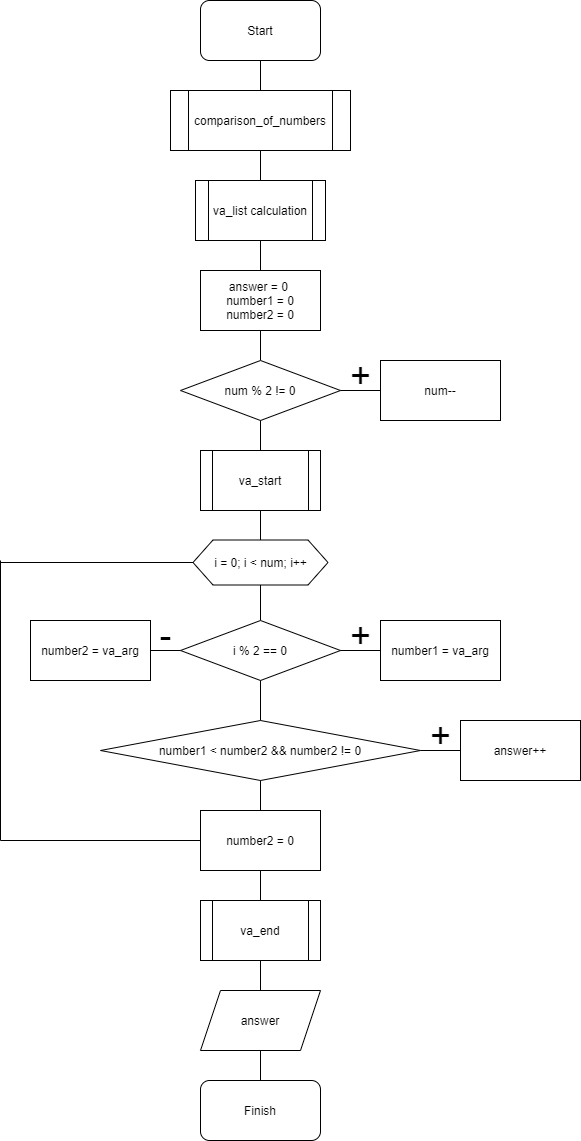
Before: Laba7/doc/assets/Блок-схема.png, a diagram exported from draw.io (Rydi4/Laba_C). Source tidied: cells renumbered, new cells last; positions are measured from the earlier drawing's top-left corner, leaving out a move shared by most shapes. Source of this version:
```xml
<mxGraphModel>
  <root>
    <mxCell id="0" />
    <mxCell id="1" parent="0" />
    <mxCell id="2" value="Start" style="rounded=1;whiteSpace=wrap;html=1;sketch=0;fontSize=12;" parent="1" vertex="1">
      <mxGeometry x="200" width="120" height="60" as="geometry" />
    </mxCell>
    <mxCell id="3" style="endArrow=none;html=1;fontSize=12;entryX=0.5;entryY=1;entryDx=0;entryDy=0;" parent="1" edge="1" target="2">
      <mxGeometry relative="1" as="geometry">
        <mxPoint x="260" y="90" as="sourcePoint" />
      </mxGeometry>
    </mxCell>
    <mxCell id="4" value="comparison_of_numbers" style="shape=process;whiteSpace=wrap;html=1;backgroundOutline=1;rounded=0;sketch=0;fontSize=12;" parent="1" vertex="1">
      <mxGeometry x="170" y="90" width="180" height="60" as="geometry" />
    </mxCell>
    <mxCell id="5" style="endArrow=none;html=1;fontSize=12;entryX=0.5;entryY=1;entryDx=0;entryDy=0;exitX=0.5;exitY=0;exitDx=0;exitDy=0;" parent="1" edge="1" source="6" target="4">
      <mxGeometry relative="1" as="geometry" />
    </mxCell>
    <mxCell id="6" value="va_list calculation" style="shape=process;whiteSpace=wrap;html=1;backgroundOutline=1;rounded=0;sketch=0;fontSize=12;" parent="1" vertex="1">
      <mxGeometry x="195" y="180" width="130" height="60" as="geometry" />
    </mxCell>
    <mxCell id="7" value="answer = 0&amp;nbsp;&lt;br&gt;number1 = 0&lt;br&gt;number2 = 0" style="rounded=0;whiteSpace=wrap;html=1;sketch=0;fontSize=12;" parent="1" vertex="1">
      <mxGeometry x="200" y="270" width="120" height="60" as="geometry" />
    </mxCell>
    <mxCell id="8" style="endArrow=none;html=1;fontSize=12;exitX=0.5;exitY=0;exitDx=0;exitDy=0;entryX=0.5;entryY=1;entryDx=0;entryDy=0;" parent="1" edge="1" source="7" target="6">
      <mxGeometry relative="1" as="geometry" />
    </mxCell>
    <mxCell id="9" style="endArrow=none;html=1;fontSize=12;exitX=0.5;exitY=1;exitDx=0;exitDy=0;entryX=0.5;entryY=0;entryDx=0;entryDy=0;" parent="1" edge="1" source="7" target="10">
      <mxGeometry relative="1" as="geometry" />
    </mxCell>
    <mxCell id="10" value="num % 2 != 0" style="rhombus;whiteSpace=wrap;html=1;rounded=0;sketch=0;fontSize=12;" parent="1" vertex="1">
      <mxGeometry x="180" y="360" width="160" height="60" as="geometry" />
    </mxCell>
    <mxCell id="11" style="endArrow=none;html=1;fontSize=12;exitX=1;exitY=0.5;exitDx=0;exitDy=0;" parent="1" edge="1" source="10" target="12">
      <mxGeometry relative="1" as="geometry" />
    </mxCell>
    <mxCell id="12" value="num--" style="rounded=0;whiteSpace=wrap;html=1;" parent="1" vertex="1">
      <mxGeometry x="380" y="360" width="120" height="60" as="geometry" />
    </mxCell>
    <mxCell id="13" style="endArrow=none;html=1;fontSize=12;entryX=0.5;entryY=1;entryDx=0;entryDy=0;exitX=0.5;exitY=0;exitDx=0;exitDy=0;" parent="1" edge="1" source="14" target="10">
      <mxGeometry relative="1" as="geometry" />
    </mxCell>
    <mxCell id="14" value="va_start" style="shape=process;whiteSpace=wrap;html=1;backgroundOutline=1;rounded=0;sketch=0;fontSize=12;" parent="1" vertex="1">
      <mxGeometry x="200" y="450" width="120" height="60" as="geometry" />
    </mxCell>
    <mxCell id="15" style="endArrow=none;html=1;fontSize=12;entryX=0.5;entryY=1;entryDx=0;entryDy=0;exitX=0.5;exitY=0;exitDx=0;exitDy=0;" parent="1" edge="1" source="16" target="14">
      <mxGeometry relative="1" as="geometry" />
    </mxCell>
    <mxCell id="16" value="i = 0; i &amp;lt; num; i++" style="shape=hexagon;perimeter=hexagonPerimeter2;whiteSpace=wrap;html=1;fixedSize=1;rounded=0;sketch=0;fontSize=12;" parent="1" vertex="1">
      <mxGeometry x="192.5" y="539.5" width="135" height="45" as="geometry" />
    </mxCell>
    <mxCell id="17" style="endArrow=none;html=1;fontSize=12;entryX=0.5;entryY=1;entryDx=0;entryDy=0;exitX=0.5;exitY=0;exitDx=0;exitDy=0;" parent="1" edge="1" source="18" target="16">
      <mxGeometry relative="1" as="geometry" />
    </mxCell>
    <mxCell id="18" value="i % 2 == 0" style="rhombus;whiteSpace=wrap;html=1;rounded=0;sketch=0;fontSize=12;" parent="1" vertex="1">
      <mxGeometry x="180" y="620" width="160" height="60" as="geometry" />
    </mxCell>
    <mxCell id="19" style="endArrow=none;html=1;fontSize=12;exitX=1;exitY=0.5;exitDx=0;exitDy=0;" parent="1" edge="1" source="18" target="20">
      <mxGeometry relative="1" as="geometry" />
    </mxCell>
    <mxCell id="20" value="number1 = va_arg" style="rounded=0;whiteSpace=wrap;html=1;" parent="1" vertex="1">
      <mxGeometry x="380" y="620" width="120" height="60" as="geometry" />
    </mxCell>
    <mxCell id="21" style="endArrow=none;html=1;fontSize=12;exitX=0;exitY=0.5;exitDx=0;exitDy=0;" parent="1" edge="1" source="18" target="22">
      <mxGeometry relative="1" as="geometry" />
    </mxCell>
    <mxCell id="22" value="number2 = va_arg" style="rounded=0;whiteSpace=wrap;html=1;" parent="1" vertex="1">
      <mxGeometry x="30" y="620" width="120" height="60" as="geometry" />
    </mxCell>
    <mxCell id="23" style="endArrow=none;html=1;fontSize=12;exitX=0;exitY=0.5;exitDx=0;exitDy=0;" parent="1" edge="1" source="16">
      <mxGeometry relative="1" as="geometry">
        <mxPoint y="562" as="targetPoint" />
      </mxGeometry>
    </mxCell>
    <mxCell id="24" style="endArrow=none;html=1;fontSize=12;exitX=0.5;exitY=1;exitDx=0;exitDy=0;" parent="1" edge="1" source="18" target="25">
      <mxGeometry relative="1" as="geometry" />
    </mxCell>
    <mxCell id="25" value="number1 &amp;lt; number2 &amp;amp;&amp;amp; number2 != 0" style="rhombus;whiteSpace=wrap;html=1;" parent="1" vertex="1">
      <mxGeometry x="100" y="720" width="320" height="60" as="geometry" />
    </mxCell>
    <mxCell id="26" style="endArrow=none;html=1;fontSize=12;exitX=1;exitY=0.5;exitDx=0;exitDy=0;" parent="1" edge="1" source="25" target="27">
      <mxGeometry relative="1" as="geometry" />
    </mxCell>
    <mxCell id="27" value="answer++" style="rounded=0;whiteSpace=wrap;html=1;" parent="1" vertex="1">
      <mxGeometry x="460" y="720" width="120" height="60" as="geometry" />
    </mxCell>
    <mxCell id="28" style="endArrow=none;html=1;fontSize=12;entryX=0.5;entryY=1;entryDx=0;entryDy=0;exitX=0.5;exitY=0;exitDx=0;exitDy=0;" parent="1" edge="1" source="29" target="25">
      <mxGeometry relative="1" as="geometry" />
    </mxCell>
    <mxCell id="29" value="number2 = 0" style="rounded=0;whiteSpace=wrap;html=1;sketch=0;fontSize=12;" parent="1" vertex="1">
      <mxGeometry x="200" y="810" width="120" height="60" as="geometry" />
    </mxCell>
    <mxCell id="30" style="endArrow=none;html=1;fontSize=12;exitX=0.5;exitY=1;exitDx=0;exitDy=0;" parent="1" edge="1" source="29" target="31">
      <mxGeometry relative="1" as="geometry" />
    </mxCell>
    <mxCell id="31" value="va_end" style="shape=process;whiteSpace=wrap;html=1;backgroundOutline=1;" parent="1" vertex="1">
      <mxGeometry x="200" y="900" width="120" height="60" as="geometry" />
    </mxCell>
    <mxCell id="32" style="endArrow=none;html=1;fontSize=12;" parent="1" edge="1">
      <mxGeometry relative="1" as="geometry">
        <mxPoint y="560" as="sourcePoint" />
        <mxPoint y="840" as="targetPoint" />
      </mxGeometry>
    </mxCell>
    <mxCell id="33" style="endArrow=none;html=1;fontSize=12;exitX=0;exitY=0.5;exitDx=0;exitDy=0;" parent="1" edge="1" source="29">
      <mxGeometry relative="1" as="geometry">
        <mxPoint y="840" as="targetPoint" />
      </mxGeometry>
    </mxCell>
    <mxCell id="34" style="endArrow=none;html=1;fontSize=12;exitX=0.5;exitY=1;exitDx=0;exitDy=0;" parent="1" edge="1" source="31">
      <mxGeometry relative="1" as="geometry">
        <mxPoint x="260" y="990" as="targetPoint" />
      </mxGeometry>
    </mxCell>
    <mxCell id="35" value="answer" style="shape=parallelogram;perimeter=parallelogramPerimeter;whiteSpace=wrap;html=1;fixedSize=1;rounded=0;sketch=0;fontSize=12;" parent="1" vertex="1">
      <mxGeometry x="200" y="990" width="120" height="60" as="geometry" />
    </mxCell>
    <mxCell id="36" style="endArrow=none;html=1;fontSize=12;exitX=0.5;exitY=1;exitDx=0;exitDy=0;entryX=0.5;entryY=0;entryDx=0;entryDy=0;" parent="1" edge="1" source="35" target="37">
      <mxGeometry relative="1" as="geometry" />
    </mxCell>
    <mxCell id="37" value="Finish" style="rounded=1;whiteSpace=wrap;html=1;sketch=0;fontSize=12;" parent="1" vertex="1">
      <mxGeometry x="200" y="1080" width="120" height="60" as="geometry" />
    </mxCell>
    <mxCell id="38" value="&lt;font style=&quot;font-size: 36px&quot;&gt;+&lt;/font&gt;" style="text;html=1;align=center;verticalAlign=middle;fontSize=12;" parent="1" vertex="1">
      <mxGeometry x="420" y="720" width="40" height="30" as="geometry" />
    </mxCell>
    <mxCell id="39" value="&lt;font style=&quot;font-size: 36px&quot;&gt;+&lt;/font&gt;" style="text;html=1;align=center;verticalAlign=middle;fontSize=12;" parent="1" vertex="1">
      <mxGeometry x="340" y="620" width="40" height="30" as="geometry" />
    </mxCell>
    <mxCell id="40" value="&lt;font style=&quot;font-size: 36px&quot;&gt;+&lt;/font&gt;" style="text;html=1;align=center;verticalAlign=middle;fontSize=12;" parent="1" vertex="1">
      <mxGeometry x="340" y="360" width="40" height="30" as="geometry" />
    </mxCell>
    <mxCell id="41" value="&lt;font style=&quot;font-size: 36px&quot;&gt;-&lt;/font&gt;" style="text;html=1;align=center;verticalAlign=middle;fontSize=12;" parent="1" vertex="1">
      <mxGeometry x="150" y="620" width="30" height="30" as="geometry" />
    </mxCell>
  </root>
</mxGraphModel>
```
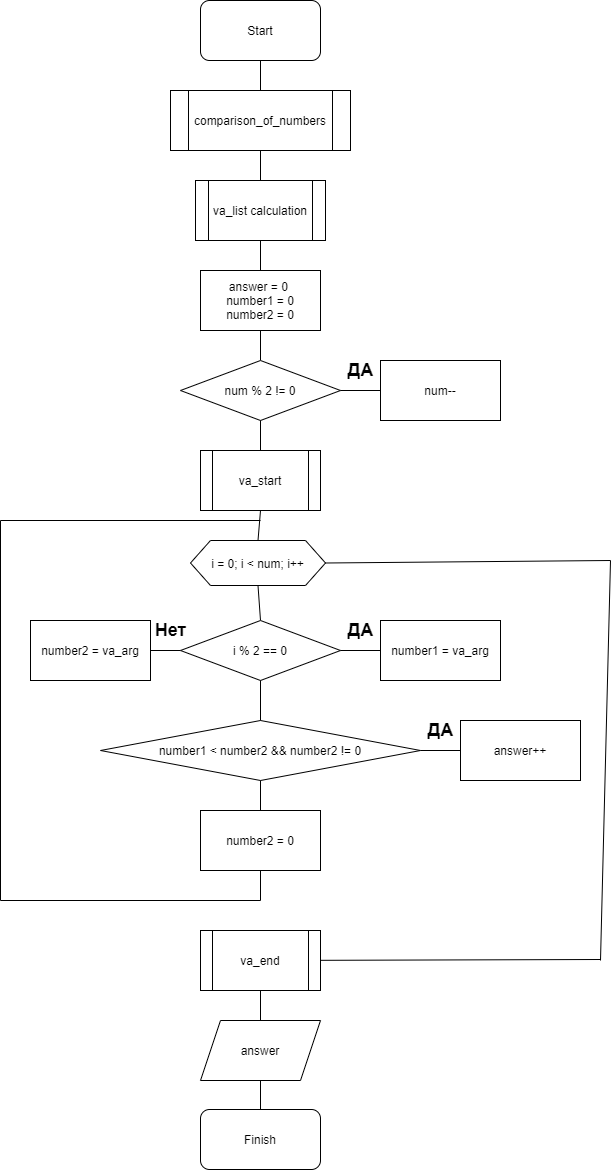
After the commit.

Diff of the diagram source:
```diff
@@ -5,11 +5,11 @@
     <mxCell id="2" value="Start" style="rounded=1;whiteSpace=wrap;html=1;sketch=0;fontSize=12;" parent="1" vertex="1">
       <mxGeometry x="200" width="120" height="60" as="geometry" />
     </mxCell>
-    <mxCell id="3" style="endArrow=none;html=1;fontSize=12;entryX=0.5;entryY=1;entryDx=0;entryDy=0;" parent="1" edge="1" target="2">
-      <mxGeometry relative="1" as="geometry">
-        <mxPoint x="260" y="90" as="sourcePoint" />
-      </mxGeometry>
-    </mxCell>
+    <mxCell id="42" style="endArrow=none;html=1;fontSize=12;entryX=0.5;entryY=1;entryDx=0;entryDy=0;" parent="1" edge="1" target="2">
+      <mxGeometry relative="1" as="geometry">
+        <mxPoint x="260" y="90" as="sourcePoint" />
+      </mxGeometry>
+    </mxCell>
     <mxCell id="4" value="comparison_of_numbers" style="shape=process;whiteSpace=wrap;html=1;backgroundOutline=1;rounded=0;sketch=0;fontSize=12;" parent="1" vertex="1">
       <mxGeometry x="170" y="90" width="180" height="60" as="geometry" />
     </mxCell>
@@ -47,7 +47,7 @@
       <mxGeometry relative="1" as="geometry" />
     </mxCell>
     <mxCell id="16" value="i = 0; i &amp;lt; num; i++" style="shape=hexagon;perimeter=hexagonPerimeter2;whiteSpace=wrap;html=1;fixedSize=1;rounded=0;sketch=0;fontSize=12;" parent="1" vertex="1">
-      <mxGeometry x="192.5" y="539.5" width="135" height="45" as="geometry" />
+      <mxGeometry x="190" y="540" width="135" height="45" as="geometry" />
     </mxCell>
     <mxCell id="17" style="endArrow=none;html=1;fontSize=12;entryX=0.5;entryY=1;entryDx=0;entryDy=0;exitX=0.5;exitY=0;exitDx=0;exitDy=0;" parent="1" edge="1" source="18" target="16">
       <mxGeometry relative="1" as="geometry" />
@@ -67,11 +67,12 @@
     <mxCell id="22" value="number2 = va_arg" style="rounded=0;whiteSpace=wrap;html=1;" parent="1" vertex="1">
       <mxGeometry x="30" y="620" width="120" height="60" as="geometry" />
     </mxCell>
-    <mxCell id="23" style="endArrow=none;html=1;fontSize=12;exitX=0;exitY=0.5;exitDx=0;exitDy=0;" parent="1" edge="1" source="16">
-      <mxGeometry relative="1" as="geometry">
-        <mxPoint y="562" as="targetPoint" />
-      </mxGeometry>
-    </mxCell>
+    <mxCell id="43" style="endArrow=none;html=1;fontSize=12;" parent="1" edge="1">
+      <mxGeometry relative="1" as="geometry">
+        <mxPoint x="260" y="520" as="sourcePoint" />
+        <mxPoint y="520" as="targetPoint" />
+      </mxGeometry>
+    </mxCell>
     <mxCell id="24" style="endArrow=none;html=1;fontSize=12;exitX=0.5;exitY=1;exitDx=0;exitDy=0;" parent="1" edge="1" source="18" target="25">
       <mxGeometry relative="1" as="geometry" />
     </mxCell>
@@ -90,48 +91,65 @@
     <mxCell id="29" value="number2 = 0" style="rounded=0;whiteSpace=wrap;html=1;sketch=0;fontSize=12;" parent="1" vertex="1">
       <mxGeometry x="200" y="810" width="120" height="60" as="geometry" />
     </mxCell>
-    <mxCell id="30" style="endArrow=none;html=1;fontSize=12;exitX=0.5;exitY=1;exitDx=0;exitDy=0;" parent="1" edge="1" source="29" target="31">
-      <mxGeometry relative="1" as="geometry" />
-    </mxCell>
+    <mxCell id="44" style="endArrow=none;html=1;fontSize=12;" parent="1" edge="1" target="31">
+      <mxGeometry relative="1" as="geometry">
+        <mxPoint x="600" y="959" as="sourcePoint" />
+      </mxGeometry>
+    </mxCell>
     <mxCell id="31" value="va_end" style="shape=process;whiteSpace=wrap;html=1;backgroundOutline=1;" parent="1" vertex="1">
-      <mxGeometry x="200" y="900" width="120" height="60" as="geometry" />
+      <mxGeometry x="200" y="930" width="120" height="60" as="geometry" />
     </mxCell>
-    <mxCell id="32" style="endArrow=none;html=1;fontSize=12;" parent="1" edge="1">
-      <mxGeometry relative="1" as="geometry">
-        <mxPoint y="560" as="sourcePoint" />
-        <mxPoint y="840" as="targetPoint" />
-      </mxGeometry>
-    </mxCell>
-    <mxCell id="33" style="endArrow=none;html=1;fontSize=12;exitX=0;exitY=0.5;exitDx=0;exitDy=0;" parent="1" edge="1" source="29">
-      <mxGeometry relative="1" as="geometry">
-        <mxPoint y="840" as="targetPoint" />
-      </mxGeometry>
-    </mxCell>
-    <mxCell id="34" style="endArrow=none;html=1;fontSize=12;exitX=0.5;exitY=1;exitDx=0;exitDy=0;" parent="1" edge="1" source="31">
-      <mxGeometry relative="1" as="geometry">
-        <mxPoint x="260" y="990" as="targetPoint" />
-      </mxGeometry>
-    </mxCell>
+    <mxCell id="45" style="endArrow=none;html=1;fontSize=12;" parent="1" edge="1">
+      <mxGeometry relative="1" as="geometry">
+        <mxPoint y="520" as="sourcePoint" />
+        <mxPoint y="900" as="targetPoint" />
+      </mxGeometry>
+    </mxCell>
+    <mxCell id="46" style="endArrow=none;html=1;fontSize=12;exitX=0.5;exitY=1;exitDx=0;exitDy=0;" parent="1" edge="1" source="29">
+      <mxGeometry relative="1" as="geometry">
+        <mxPoint x="260" y="900" as="targetPoint" />
+      </mxGeometry>
+    </mxCell>
+    <mxCell id="47" style="endArrow=none;html=1;fontSize=12;exitX=0.5;exitY=1;exitDx=0;exitDy=0;entryX=0.5;entryY=0;entryDx=0;entryDy=0;" parent="1" edge="1" source="31" target="35">
+      <mxGeometry relative="1" as="geometry" />
+    </mxCell>
     <mxCell id="35" value="answer" style="shape=parallelogram;perimeter=parallelogramPerimeter;whiteSpace=wrap;html=1;fixedSize=1;rounded=0;sketch=0;fontSize=12;" parent="1" vertex="1">
-      <mxGeometry x="200" y="990" width="120" height="60" as="geometry" />
+      <mxGeometry x="200" y="1020" width="120" height="60" as="geometry" />
     </mxCell>
     <mxCell id="36" style="endArrow=none;html=1;fontSize=12;exitX=0.5;exitY=1;exitDx=0;exitDy=0;entryX=0.5;entryY=0;entryDx=0;entryDy=0;" parent="1" edge="1" source="35" target="37">
       <mxGeometry relative="1" as="geometry" />
     </mxCell>
     <mxCell id="37" value="Finish" style="rounded=1;whiteSpace=wrap;html=1;sketch=0;fontSize=12;" parent="1" vertex="1">
-      <mxGeometry x="200" y="1080" width="120" height="60" as="geometry" />
+      <mxGeometry x="200" y="1109" width="120" height="60" as="geometry" />
     </mxCell>
-    <mxCell id="38" value="&lt;font style=&quot;font-size: 36px&quot;&gt;+&lt;/font&gt;" style="text;html=1;align=center;verticalAlign=middle;fontSize=12;" parent="1" vertex="1">
-      <mxGeometry x="420" y="720" width="40" height="30" as="geometry" />
-    </mxCell>
-    <mxCell id="39" value="&lt;font style=&quot;font-size: 36px&quot;&gt;+&lt;/font&gt;" style="text;html=1;align=center;verticalAlign=middle;fontSize=12;" parent="1" vertex="1">
-      <mxGeometry x="340" y="620" width="40" height="30" as="geometry" />
-    </mxCell>
-    <mxCell id="40" value="&lt;font style=&quot;font-size: 36px&quot;&gt;+&lt;/font&gt;" style="text;html=1;align=center;verticalAlign=middle;fontSize=12;" parent="1" vertex="1">
-      <mxGeometry x="340" y="360" width="40" height="30" as="geometry" />
-    </mxCell>
-    <mxCell id="41" value="&lt;font style=&quot;font-size: 36px&quot;&gt;-&lt;/font&gt;" style="text;html=1;align=center;verticalAlign=middle;fontSize=12;" parent="1" vertex="1">
-      <mxGeometry x="150" y="620" width="30" height="30" as="geometry" />
-    </mxCell>
+    <mxCell id="48" value="&lt;font size=&quot;1&quot;&gt;&lt;b style=&quot;font-size: 18px&quot;&gt;Нет&lt;/b&gt;&lt;/font&gt;" style="text;html=1;align=center;verticalAlign=middle;fontSize=12;" parent="1" vertex="1">
+      <mxGeometry x="145" y="620" width="50" height="20" as="geometry" />
+    </mxCell>
+    <mxCell id="49" style="endArrow=none;html=1;entryX=1;entryY=0.5;entryDx=0;entryDy=0;" parent="1" edge="1" target="16">
+      <mxGeometry relative="1" as="geometry">
+        <mxPoint x="610" y="560" as="sourcePoint" />
+      </mxGeometry>
+    </mxCell>
+    <mxCell id="50" style="endArrow=none;html=1;" parent="1" edge="1">
+      <mxGeometry relative="1" as="geometry">
+        <mxPoint x="600" y="960" as="sourcePoint" />
+        <mxPoint x="610" y="560" as="targetPoint" />
+      </mxGeometry>
+    </mxCell>
+    <mxCell id="51" value="&lt;b&gt;&lt;font style=&quot;font-size: 18px&quot;&gt;ДА&lt;/font&gt;&lt;/b&gt;" style="text;html=1;align=center;verticalAlign=middle;" parent="1" vertex="1">
+      <mxGeometry x="420" y="720" width="40" height="20" as="geometry" />
+    </mxCell>
+    <mxCell id="52" value="&lt;b&gt;&lt;font style=&quot;font-size: 18px&quot;&gt;ДА&lt;/font&gt;&lt;/b&gt;" style="text;html=1;align=center;verticalAlign=middle;" parent="1" vertex="1">
+      <mxGeometry x="340" y="620" width="40" height="20" as="geometry" />
+    </mxCell>
+    <mxCell id="53" value="&lt;b&gt;&lt;font style=&quot;font-size: 18px&quot;&gt;ДА&lt;/font&gt;&lt;/b&gt;" style="text;html=1;align=center;verticalAlign=middle;" parent="1" vertex="1">
+      <mxGeometry x="340" y="360" width="40" height="20" as="geometry" />
+    </mxCell>
+    <mxCell id="54" style="endArrow=none;html=1;" parent="1" edge="1">
+      <mxGeometry relative="1" as="geometry">
+        <mxPoint y="900" as="sourcePoint" />
+        <mxPoint x="260" y="900" as="targetPoint" />
+      </mxGeometry>
+    </mxCell>
   </root>
 </mxGraphModel>
```
